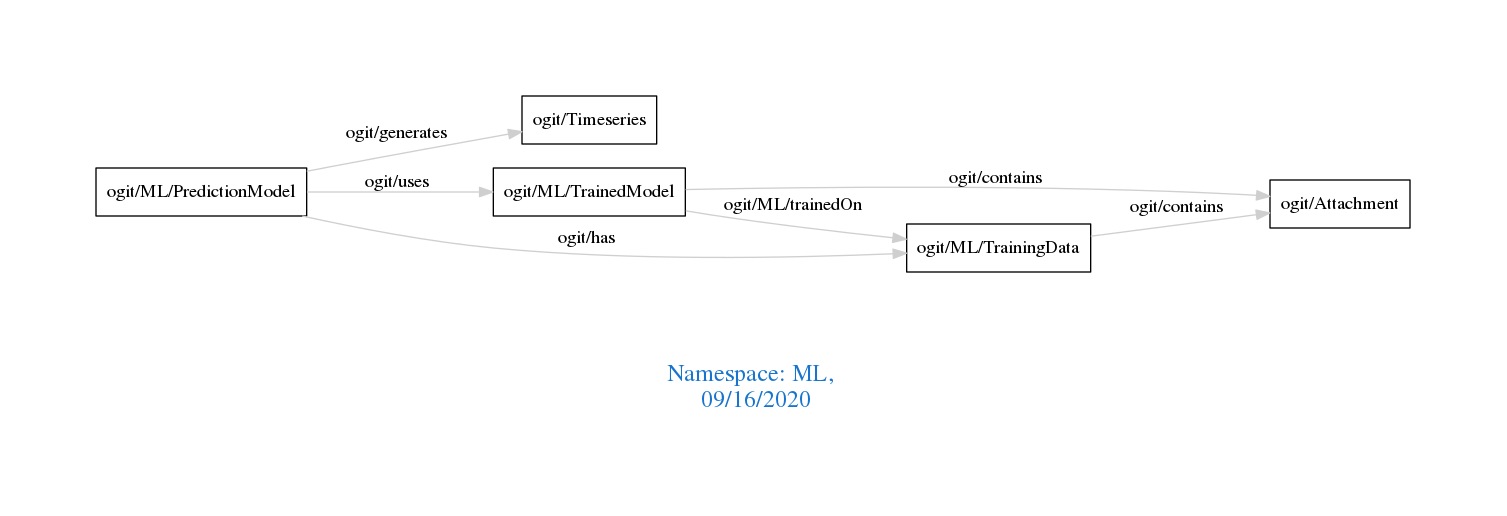
Above: downloads/ML.png in arago/OGIT (Graphviz), before the change. Its source is kept beside it as downloads/ML.dot.
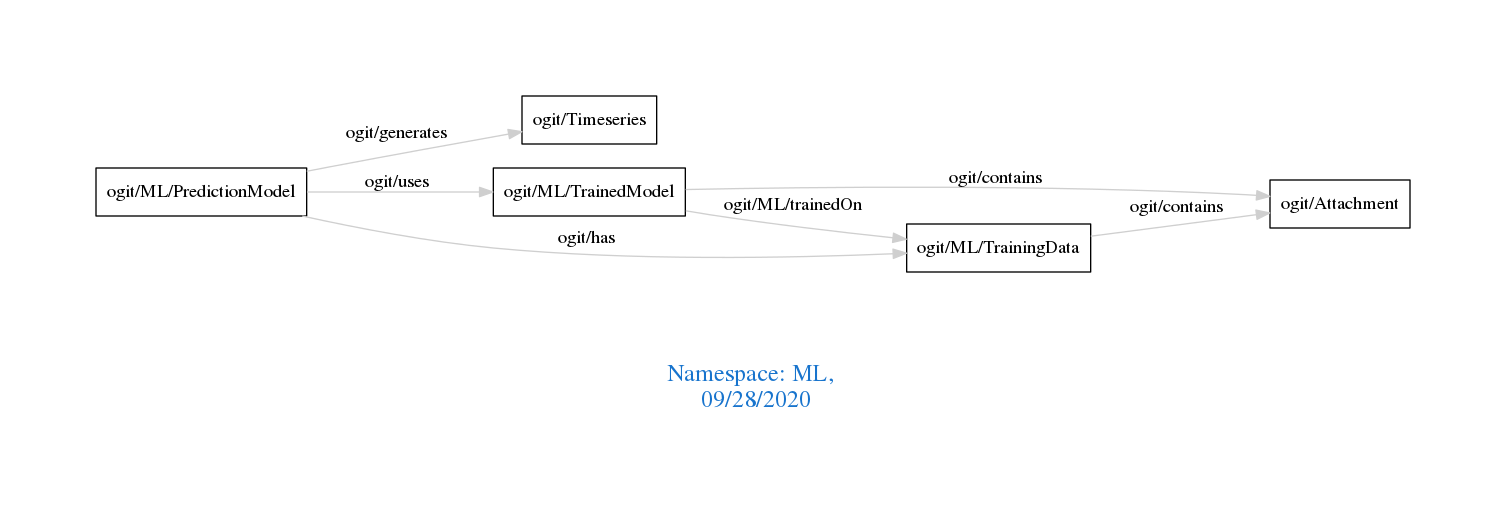
Above is the later version.

Diff of the diagram source:
```diff
@@ -1,7 +1,7 @@
 digraph OGIT_ontology {
  graph [ rankdir= LR,pad=1
 fontsize = 18,
-fontcolor= dodgerblue3,label = "\n\n\nNamespace: ML, \n 09/16/2020"];
+fontcolor= dodgerblue3,label = "\n\n\nNamespace: ML, \n 09/28/2020"];
 node[shape=polygon];
 edge [  color="gray81"];
 
```
